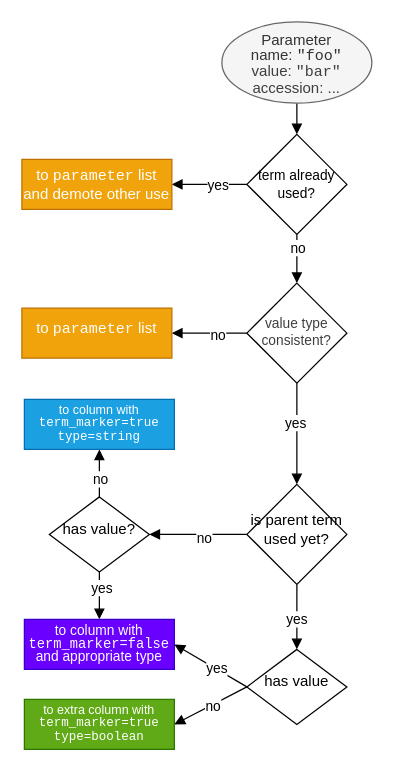
Earlier version of the draw.io diagram docs/assets/img/parameter_promotion.drawio (HUPO-PSI/mzPeak-specification). Source tidied: cells renumbered, new cells numbered last; positions are measured from the earlier drawing's top-left corner, leaving out a move shared by most shapes. Both pictures are drawn from the tidied source at 125%, with x=0, y=0 at pixel (21, 21).
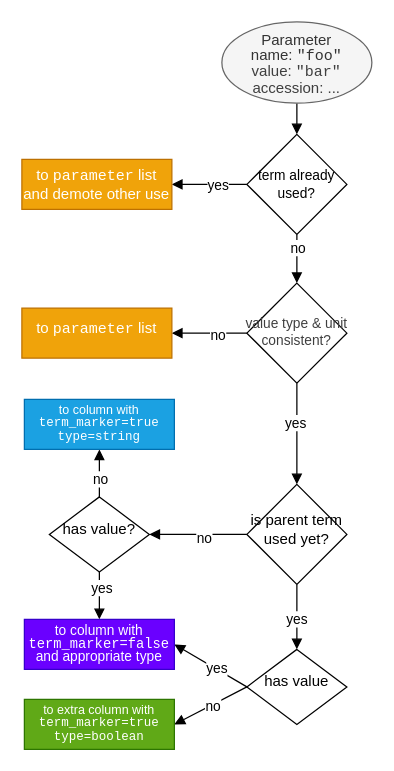
Above is the later version.

The edit, as a diff of the source:
```diff
@@
-    <mxCell id="14" value="&lt;span style=&quot;background-color: transparent; color: rgb(63, 63, 63); text-decoration-line: inherit;&quot;&gt;value type consistent?&lt;/span&gt;" style="rhombus;whiteSpace=wrap;html=1;shapeInside=1;spacingBottom=3;fontSize=11;spacing=0;spacingTop=0;" parent="1" vertex="1">
+    <mxCell id="14" value="&lt;span style=&quot;background-color: transparent; color: rgb(63, 63, 63); text-decoration-line: inherit;&quot;&gt;value type &amp;amp; unit consistent?&lt;/span&gt;" style="rhombus;whiteSpace=wrap;html=1;shapeInside=1;spacingBottom=3;fontSize=11;spacing=0;spacingTop=0;" parent="1" vertex="1">
       <mxGeometry x="180" y="209" width="80" height="80" as="geometry" />
     </mxCell>
```
